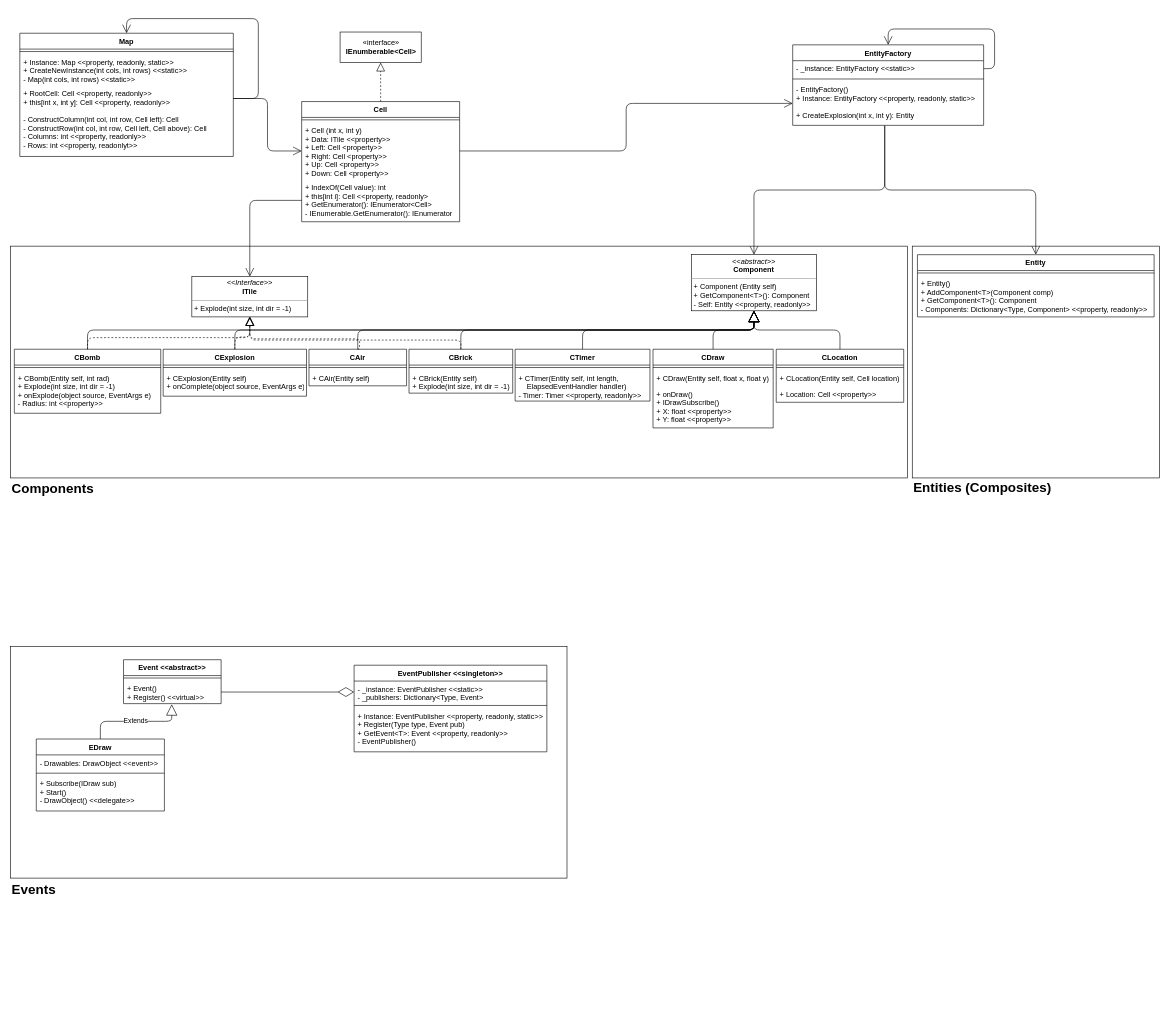
The draw.io diagram Documentation/BomberManUML.drawio in JoshuaWright42/bomberman, before the edit. Source tidied: cells renumbered, new cells numbered last; positions are measured from the earlier drawing's top-left corner, leaving out a move shared by most shapes. Both pictures are drawn from the tidied source at 61%, with x=0, y=0 at pixel (10, 18).
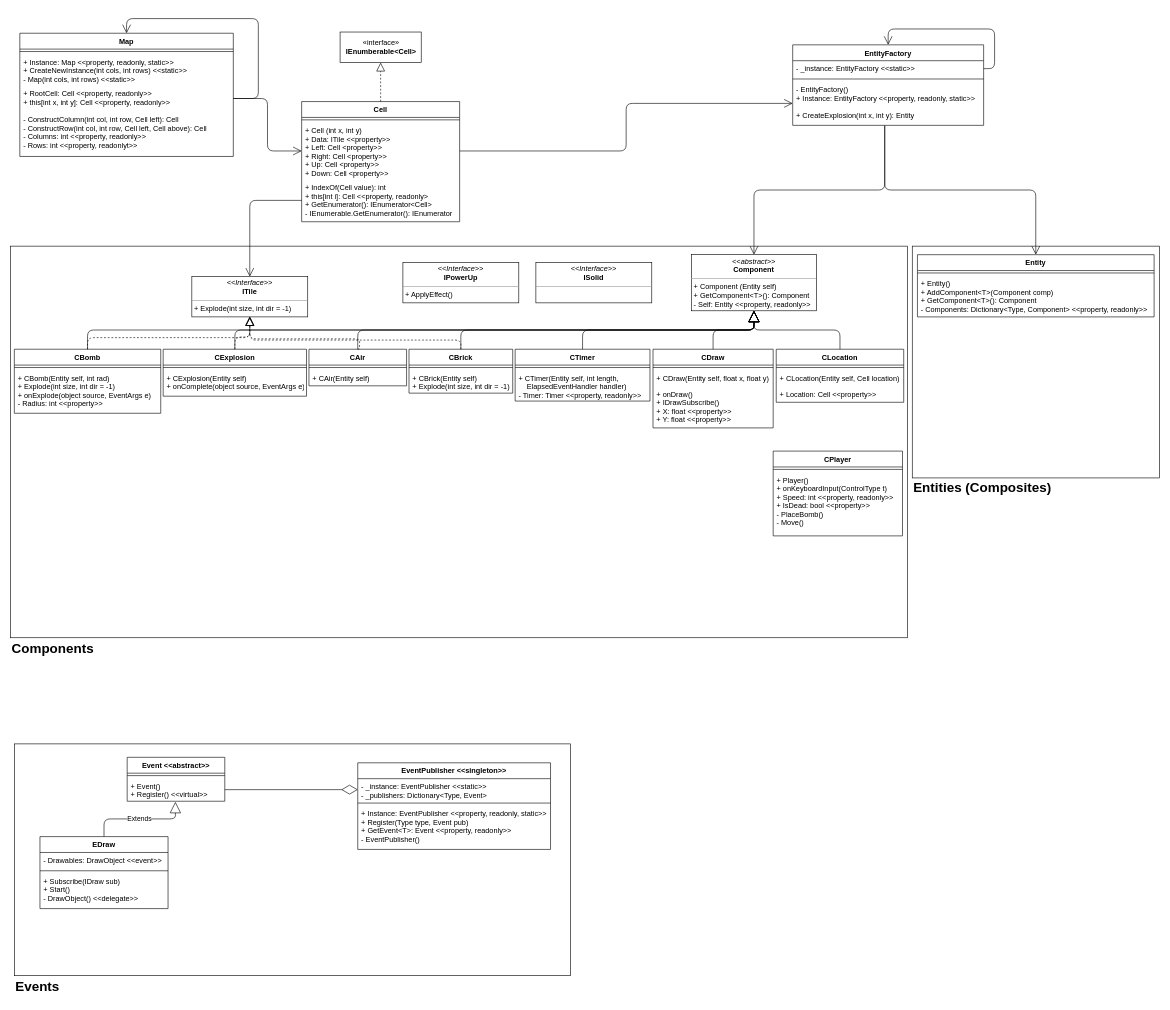
The same diagram, later.

What changed in the source:
```diff
@@
     <mxCell id="2" style="rounded=0;whiteSpace=wrap;html=1;" parent="1" vertex="1">
-      <mxGeometry y="1029" width="912" height="380" as="geometry" />
+      <mxGeometry x="6" y="1189" width="912" height="380" as="geometry" />
     </mxCell>
     <mxCell id="3" style="rounded=0;whiteSpace=wrap;html=1;" parent="1" vertex="1">
-      <mxGeometry y="373" width="1470" height="380" as="geometry" />
+      <mxGeometry y="373" width="1470" height="642" as="geometry" />
     </mxCell>
@@
     <mxCell id="21" value="&lt;b&gt;&lt;font style=&quot;font-size: 22px&quot;&gt;Components&lt;/font&gt;&lt;/b&gt;" style="text;html=1;strokeColor=none;fillColor=none;align=left;verticalAlign=middle;whiteSpace=wrap;rounded=0;" parent="1" vertex="1">
-      <mxGeometry y="753" width="176" height="38" as="geometry" />
+      <mxGeometry y="1015" width="176" height="38" as="geometry" />
     </mxCell>
@@
     <mxCell id="29" value="Event &lt;&lt;abstract&gt;&gt;" style="swimlane;fontStyle=1;align=center;verticalAlign=top;horizontal=1;startSize=26;" parent="1" vertex="1">
-      <mxGeometry x="185" y="1051" width="160" height="72" as="geometry" />
+      <mxGeometry x="191" y="1211" width="160" height="72" as="geometry" />
     </mxCell>
@@
     <mxCell id="32" value="EDraw" style="swimlane;fontStyle=1;align=center;verticalAlign=top;horizontal=1;startSize=26;" parent="1" vertex="1">
-      <mxGeometry x="42" y="1181" width="210" height="118" as="geometry" />
+      <mxGeometry x="48" y="1341" width="210" height="118" as="geometry" />
     </mxCell>
@@
     <mxCell id="37" value="&lt;b&gt;&lt;font style=&quot;font-size: 22px&quot;&gt;Events&lt;/font&gt;&lt;/b&gt;" style="text;html=1;strokeColor=none;fillColor=none;align=left;verticalAlign=middle;whiteSpace=wrap;rounded=0;" parent="1" vertex="1">
-      <mxGeometry y="1409" width="176" height="38" as="geometry" />
+      <mxGeometry x="6" y="1569" width="176" height="38" as="geometry" />
     </mxCell>
@@
     <mxCell id="41" value="EventPublisher &lt;&lt;singleton&gt;&gt;" style="swimlane;fontStyle=1;align=center;verticalAlign=top;horizontal=1;startSize=26;" parent="1" vertex="1">
-      <mxGeometry x="563" y="1060" width="316" height="142" as="geometry" />
+      <mxGeometry x="569" y="1220" width="316" height="142" as="geometry" />
     </mxCell>
@@
+    <mxCell id="82" value="&lt;p style=&quot;margin: 0px ; margin-top: 4px ; text-align: center&quot;&gt;&lt;i&gt;&amp;lt;&amp;lt;Interface&amp;gt;&amp;gt;&lt;/i&gt;&lt;br&gt;&lt;b&gt;IPowerUp&lt;/b&gt;&lt;/p&gt;&lt;hr size=&quot;1&quot;&gt;&lt;p style=&quot;margin: 0px ; margin-left: 4px&quot;&gt;+ ApplyEffect()&lt;/p&gt;" style="verticalAlign=top;align=left;overflow=fill;fontSize=12;fontFamily=Helvetica;html=1;" parent="1" vertex="1">
+      <mxGeometry x="643" y="400" width="190" height="66" as="geometry" />
+    </mxCell>
+    <mxCell id="83" value="CPlayer" style="swimlane;fontStyle=1;align=center;verticalAlign=top;horizontal=1;startSize=26;" parent="1" vertex="1">
+      <mxGeometry x="1250" y="709" width="212" height="139" as="geometry" />
+    </mxCell>
+    <mxCell id="84" style="line;strokeWidth=1;fillColor=none;align=left;verticalAlign=middle;spacingTop=-1;spacingLeft=3;spacingRight=3;labelPosition=right;" parent="83" vertex="1">
+      <mxGeometry y="26" width="212" height="8" as="geometry" />
+    </mxCell>
+    <mxCell id="85" value="+ Player()&#10;+ onKeyboardInput(ControlType t)&#10;+ Speed: int &lt;&lt;property, readonly&gt;&gt;&#10;+ IsDead: bool &lt;&lt;property&gt;&gt;&#10;- PlaceBomb()&#10;- Move()" style="text;strokeColor=none;fillColor=none;align=left;verticalAlign=top;spacingLeft=4;spacingRight=4;overflow=hidden;" parent="83" vertex="1">
+      <mxGeometry y="34" width="212" height="105" as="geometry" />
+    </mxCell>
+    <mxCell id="86" value="&lt;p style=&quot;margin: 0px ; margin-top: 4px ; text-align: center&quot;&gt;&lt;i&gt;&amp;lt;&amp;lt;Interface&amp;gt;&amp;gt;&lt;/i&gt;&lt;br&gt;&lt;b&gt;ISolid&lt;/b&gt;&lt;/p&gt;&lt;hr size=&quot;1&quot;&gt;&lt;p style=&quot;margin: 0px ; margin-left: 4px&quot;&gt;&lt;br&gt;&lt;/p&gt;" style="verticalAlign=top;align=left;overflow=fill;fontSize=12;fontFamily=Helvetica;html=1;" parent="1" vertex="1">
+      <mxGeometry x="861" y="400" width="190" height="66" as="geometry" />
+    </mxCell>
```
